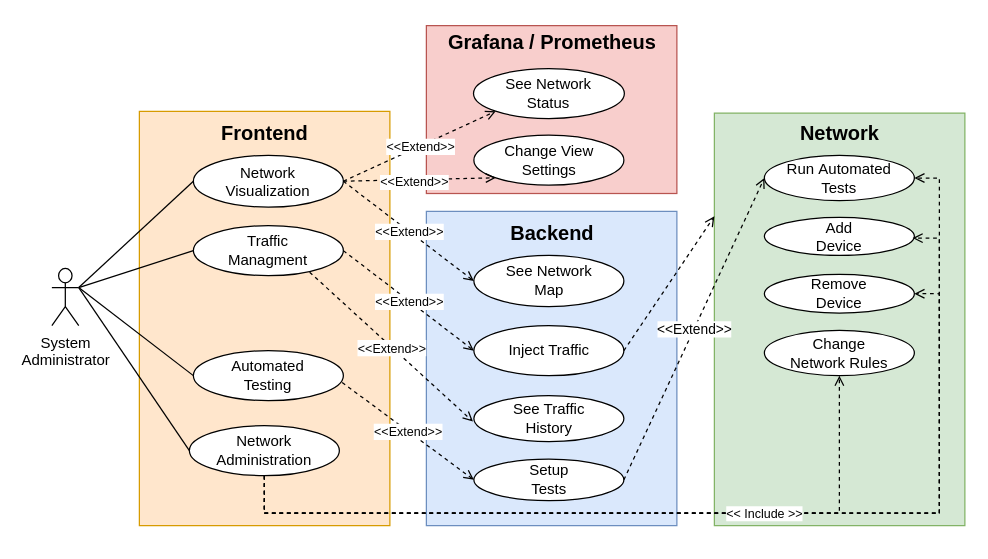
detiuaveiro/PECI-05-2022-23 keeps this draw.io diagram as page "Use Cases" (3 of 6) of documentation/diagrams/diagram-models.drawio. Above is the earlier version. Source tidied: cells renumbered, new cells numbered last; positions are measured from the earlier drawing's top-left corner, leaving out a move shared by most shapes. Both pictures are drawn from the tidied source at 125%, with x=0, y=0 at pixel (51, 20).
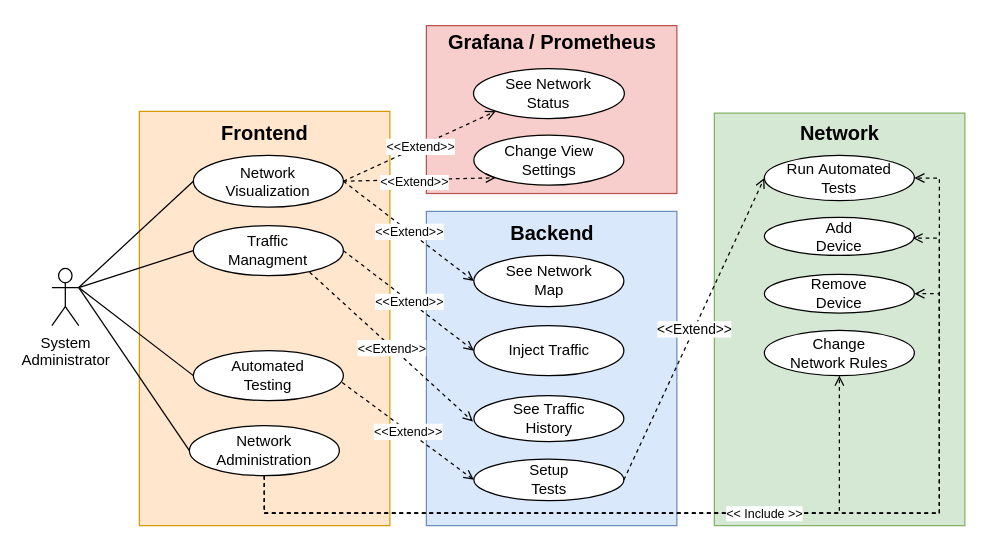
After the change.

Unchanged cells that the change refers to:
```xml
<mxCell id="17" style="rounded=0;whiteSpace=wrap;html=1;fillColor=#d5e8d4;strokeColor=#82b366;" parent="1" vertex="1">
  <mxGeometry x="530" y="74" width="200.4" height="330" as="geometry" />
</mxCell>
<mxCell id="21" value="&lt;div&gt;Inject Traffic&lt;/div&gt;" style="ellipse;whiteSpace=wrap;html=1;" parent="1" vertex="1">
  <mxGeometry x="337.6" y="244" width="120" height="40" as="geometry" />
</mxCell>
```

What changed in the source:
```diff
@@
-    <mxCell id="40" style="endArrow=open;html=1;rounded=0;exitX=1;exitY=0.5;exitDx=0;exitDy=0;entryX=0;entryY=0.25;entryDx=0;entryDy=0;endFill=0;dashed=1;" parent="1" edge="1" source="21" target="17">
-      <mxGeometry relative="1" as="geometry" />
-    </mxCell>
```
